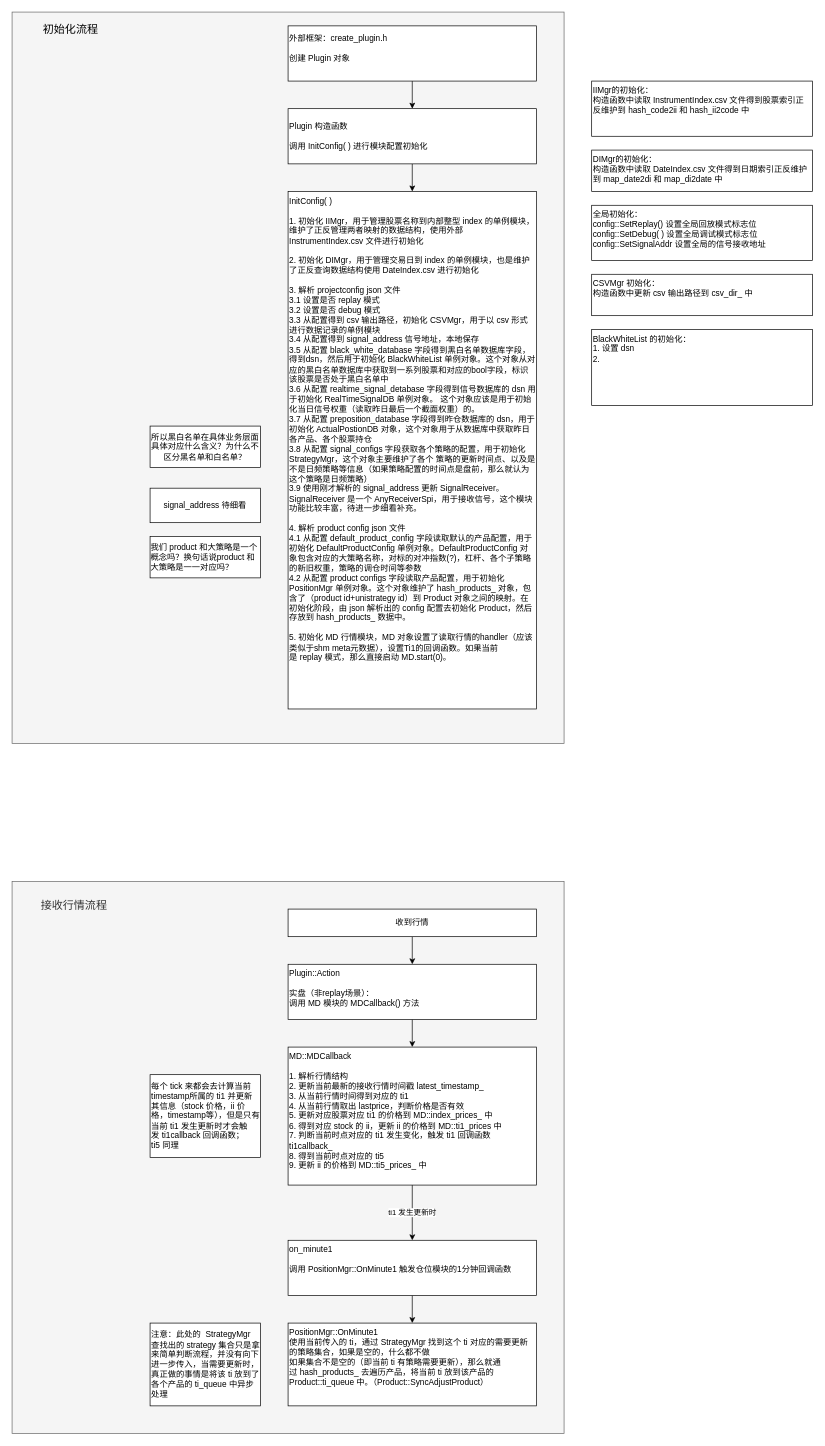
This is page "流程" (2 of 2) of mario.drawio from zhaxd123/drawio, a draw.io file, before an edit. Source tidied: cells renumbered, new cells numbered last; positions are measured from the earlier drawing's top-left corner, leaving out a move shared by most shapes. Both pictures are drawn from the tidied source at 69%, with x=0, y=0 at pixel (12, 12).
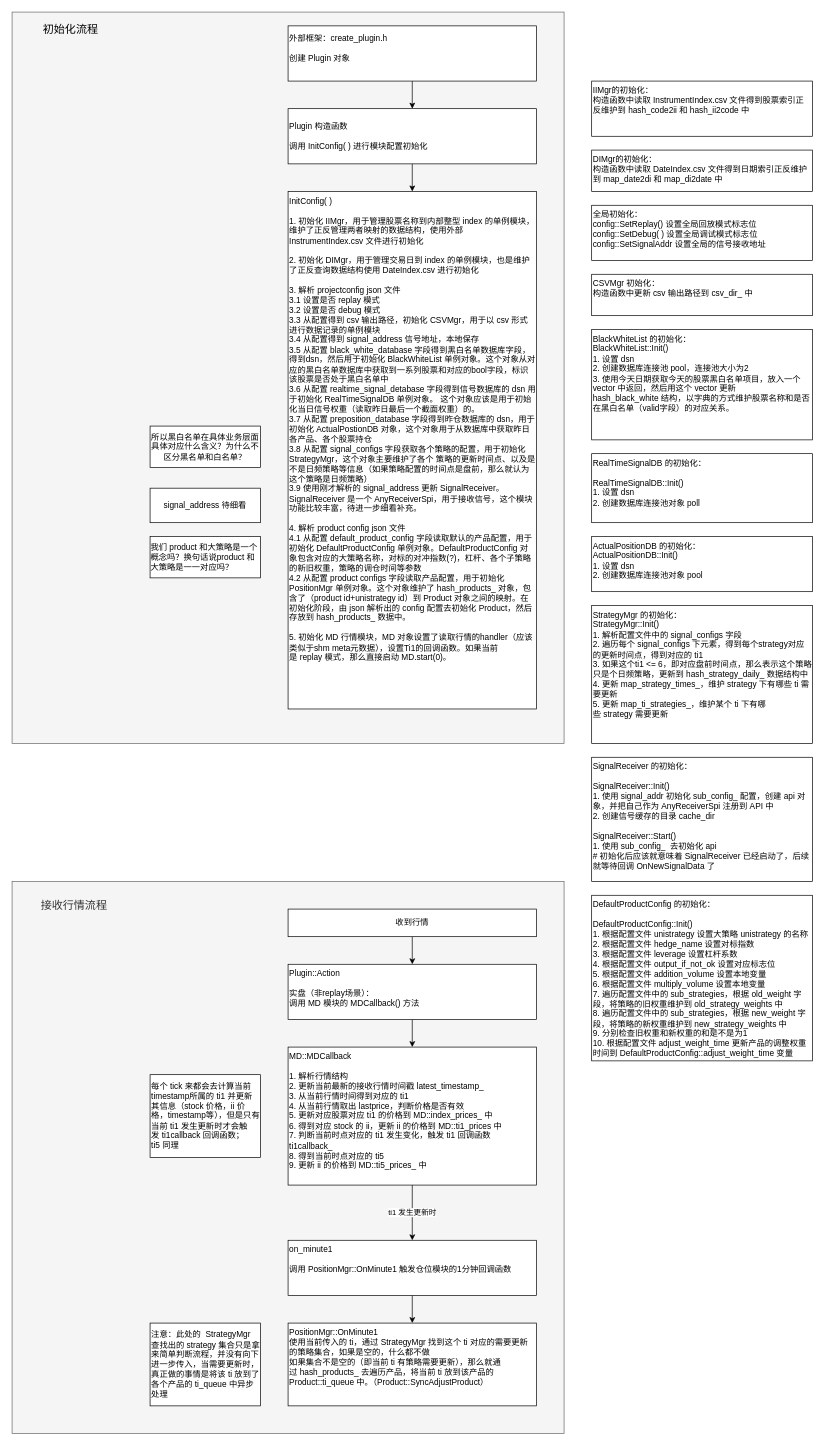
Above is the later version.

What changed in the source:
```diff
@@
-    <mxCell id="29" value="&lt;div&gt;BlackWhiteList 的初始化：&lt;/div&gt;&lt;div&gt;1.&amp;nbsp;设置&amp;nbsp;dsn&lt;/div&gt;&lt;div&gt;2.&amp;nbsp;&lt;/div&gt;" style="rounded=0;whiteSpace=wrap;html=1;align=left;verticalAlign=top;" parent="1" vertex="1">
-      <mxGeometry x="840" y="460" width="320" height="110" as="geometry" />
+    <mxCell id="29" value="&lt;div&gt;BlackWhiteList 的初始化：&lt;/div&gt;&lt;div&gt;BlackWhiteList::Init()&amp;nbsp;&lt;/div&gt;&lt;div&gt;1.&amp;nbsp;设置&amp;nbsp;dsn&lt;/div&gt;&lt;div&gt;2.&amp;nbsp;创建数据库连接池&amp;nbsp;pool，连接池大小为2&lt;/div&gt;&lt;div&gt;3.&amp;nbsp;使用今天日期获取今天的股票黑白名单项目，放入一个 vector 中返回，然后用这个 vector&amp;nbsp;更新 hash_black_white&amp;nbsp;结构，以字典的方式维护股票名称和是否在黑白名单（valid字段）的对应关系。&lt;/div&gt;&lt;div&gt;&lt;br&gt;&lt;/div&gt;&lt;div&gt;&lt;br&gt;&lt;/div&gt;" style="rounded=0;whiteSpace=wrap;html=1;align=left;verticalAlign=top;" parent="1" vertex="1">
+      <mxGeometry x="840" y="460" width="320" height="160" as="geometry" />
     </mxCell>
+    <mxCell id="30" value="&lt;div&gt;RealTimeSignalDB 的初始化：&lt;/div&gt;&lt;div&gt;&lt;br&gt;&lt;/div&gt;&lt;div&gt;RealTimeSignalDB::Init()&lt;/div&gt;&lt;div&gt;1.&amp;nbsp;设置&amp;nbsp;dsn&lt;/div&gt;&lt;div&gt;2.&amp;nbsp;创建数据库连接池对象&amp;nbsp;poll&lt;/div&gt;&lt;div&gt;&lt;br&gt;&lt;/div&gt;" style="rounded=0;whiteSpace=wrap;html=1;align=left;verticalAlign=top;" parent="1" vertex="1">
+      <mxGeometry x="840" y="640" width="320" height="100" as="geometry" />
+    </mxCell>
+    <mxCell id="31" value="&lt;div&gt;ActualPositionDB 的初始化：&lt;/div&gt;&lt;div&gt;ActualPositionDB::Init()&amp;nbsp;&lt;/div&gt;&lt;div&gt;1.&amp;nbsp;设置&amp;nbsp;dsn&lt;/div&gt;&lt;div&gt;2.&amp;nbsp;创建数据库连接池对象&amp;nbsp;pool&lt;/div&gt;" style="rounded=0;whiteSpace=wrap;html=1;align=left;verticalAlign=top;" parent="1" vertex="1">
+      <mxGeometry x="840" y="760" width="320" height="80" as="geometry" />
+    </mxCell>
+    <mxCell id="32" value="&lt;div&gt;StrategyMgr 的初始化：&lt;/div&gt;&lt;div&gt;&lt;span style=&quot;background-color: transparent; color: light-dark(rgb(0, 0, 0), rgb(255, 255, 255));&quot;&gt;StrategyMgr::&lt;/span&gt;Init()&amp;nbsp;&lt;/div&gt;&lt;div&gt;1.&amp;nbsp;解析配置文件中的&amp;nbsp;signal_configs&amp;nbsp;字段&lt;/div&gt;&lt;div&gt;2.&amp;nbsp;遍历每个&amp;nbsp;signal_configs&amp;nbsp;下元素，得到每个strategy对应的更新时间点，得到对应的&amp;nbsp;ti1&lt;/div&gt;&lt;div&gt;3.&amp;nbsp;如果这个ti1 &amp;lt;= 6，即对应盘前时间点，那么表示这个策略只是个日频策略，更新到 hash_strategy_daily_&amp;nbsp;数据结构中&lt;/div&gt;&lt;div&gt;4.&amp;nbsp;更新&amp;nbsp;map_strategy_times_，维护 strategy&amp;nbsp;下有哪些 ti&amp;nbsp;需要更新&lt;/div&gt;&lt;div&gt;5.&amp;nbsp;更新 map_ti_strategies_，维护某个&amp;nbsp;ti&amp;nbsp;下有哪些&amp;nbsp;strategy&amp;nbsp;需要更新&lt;/div&gt;" style="rounded=0;whiteSpace=wrap;html=1;align=left;verticalAlign=top;" parent="1" vertex="1">
+      <mxGeometry x="840" y="860" width="320" height="200" as="geometry" />
+    </mxCell>
+    <mxCell id="33" value="&lt;div&gt;SignalReceiver 的初始化：&lt;/div&gt;&lt;div&gt;&lt;br&gt;&lt;/div&gt;&lt;div&gt;SignalReceiver::Init()&lt;/div&gt;&lt;div&gt;1.&amp;nbsp;使用&amp;nbsp;signal_addr&amp;nbsp;初始化 sub_config_&amp;nbsp;配置，创建&amp;nbsp;api&amp;nbsp;对象，并把自己作为&amp;nbsp;&lt;span style=&quot;background-color: transparent; color: light-dark(rgb(0, 0, 0), rgb(255, 255, 255));&quot;&gt;AnyReceiverSpi&amp;nbsp;注册到 API&amp;nbsp;中&lt;/span&gt;&lt;/div&gt;&lt;div&gt;&lt;span style=&quot;background-color: transparent; color: light-dark(rgb(0, 0, 0), rgb(255, 255, 255));&quot;&gt;2.&amp;nbsp;创建信号缓存的目录 cache_dir&lt;/span&gt;&lt;/div&gt;&lt;div&gt;&lt;span style=&quot;background-color: transparent; color: light-dark(rgb(0, 0, 0), rgb(255, 255, 255));&quot;&gt;&lt;br&gt;&lt;/span&gt;&lt;/div&gt;&lt;div&gt;SignalReceiver::Start()&lt;/div&gt;&lt;div&gt;1.&amp;nbsp;使用&amp;nbsp;&lt;span style=&quot;background-color: transparent; color: light-dark(rgb(0, 0, 0), rgb(255, 255, 255));&quot;&gt;sub_config_&amp;nbsp; 去初始化&amp;nbsp;api&lt;/span&gt;&lt;/div&gt;&lt;div&gt;&lt;span style=&quot;background-color: transparent; color: light-dark(rgb(0, 0, 0), rgb(255, 255, 255));&quot;&gt;#&amp;nbsp;初始化后应该就意味着&amp;nbsp;&lt;/span&gt;&lt;span style=&quot;background-color: transparent; color: light-dark(rgb(0, 0, 0), rgb(255, 255, 255));&quot;&gt;SignalReceiver&amp;nbsp;已经启动了，后续就等待回调 OnNewSignalData 了&lt;/span&gt;&lt;/div&gt;&lt;div&gt;&lt;span style=&quot;background-color: transparent; color: light-dark(rgb(0, 0, 0), rgb(255, 255, 255));&quot;&gt;&lt;br&gt;&lt;/span&gt;&lt;/div&gt;&lt;div&gt;&lt;br&gt;&lt;/div&gt;" style="rounded=0;whiteSpace=wrap;html=1;align=left;verticalAlign=top;" parent="1" vertex="1">
+      <mxGeometry x="840" y="1080" width="320" height="180" as="geometry" />
+    </mxCell>
+    <mxCell id="34" value="&lt;div&gt;DefaultProductConfig 的初始化：&lt;/div&gt;&lt;div&gt;&lt;br&gt;&lt;/div&gt;&lt;div&gt;DefaultProductConfig::Init()&lt;/div&gt;&lt;div&gt;1.&amp;nbsp;根据配置文件 unistrategy 设置大策略&amp;nbsp;unistrategy&amp;nbsp;的名称&lt;/div&gt;&lt;div&gt;2.&amp;nbsp;根据配置文件 hedge_name 设置对标指数&lt;/div&gt;&lt;div&gt;3.&amp;nbsp;根据配置文件 leverage 设置杠杆系数&lt;/div&gt;&lt;div&gt;4.&amp;nbsp;根据配置文件 output_if_not_ok&amp;nbsp;设置对应标志位&lt;/div&gt;&lt;div&gt;5.&amp;nbsp;根据配置文件 addition_volume&amp;nbsp;设置本地变量&lt;/div&gt;&lt;div&gt;6.&amp;nbsp;&lt;span style=&quot;background-color: transparent; color: light-dark(rgb(0, 0, 0), rgb(255, 255, 255));&quot;&gt;根据配置文件&amp;nbsp;multiply_volume&amp;nbsp;设置本地变量&lt;/span&gt;&lt;/div&gt;&lt;div&gt;&lt;span style=&quot;background-color: transparent; color: light-dark(rgb(0, 0, 0), rgb(255, 255, 255));&quot;&gt;7.&amp;nbsp;遍历配置文件中的&amp;nbsp;sub_strategies，根据&amp;nbsp;old_weight&amp;nbsp;字段，将策略的旧权重维护到 old_strategy_weights&amp;nbsp;中&lt;/span&gt;&lt;/div&gt;&lt;div&gt;&lt;span style=&quot;background-color: transparent; color: light-dark(rgb(0, 0, 0), rgb(255, 255, 255));&quot;&gt;8.&amp;nbsp;&lt;/span&gt;&lt;span style=&quot;background-color: transparent; color: light-dark(rgb(0, 0, 0), rgb(255, 255, 255));&quot;&gt;遍历配置文件中的&amp;nbsp;sub_strategies，根据&amp;nbsp;new_weight&amp;nbsp;字段，将策略的新权重维护到&amp;nbsp;new_strategy_weights&amp;nbsp;中&lt;/span&gt;&lt;/div&gt;&lt;div&gt;9.&amp;nbsp;分别检查旧权重和新权重的和是不是为1&lt;/div&gt;&lt;div&gt;10.&amp;nbsp;根据配置文件 adjust_weight_time&amp;nbsp;更新产品的调整权重时间到&amp;nbsp;&lt;span style=&quot;background-color: transparent; color: light-dark(rgb(0, 0, 0), rgb(255, 255, 255));&quot;&gt;DefaultProductConfig::&lt;/span&gt;&lt;span style=&quot;background-color: transparent; color: light-dark(rgb(0, 0, 0), rgb(255, 255, 255));&quot;&gt;adjust_weight_time&amp;nbsp;变量&lt;/span&gt;&lt;/div&gt;&lt;div&gt;&lt;span style=&quot;background-color: transparent; color: light-dark(rgb(0, 0, 0), rgb(255, 255, 255));&quot;&gt;&lt;br&gt;&lt;/span&gt;&lt;/div&gt;" style="rounded=0;whiteSpace=wrap;html=1;align=left;verticalAlign=top;" parent="1" vertex="1">
+      <mxGeometry x="840" y="1280" width="320" height="240" as="geometry" />
+    </mxCell>
```
